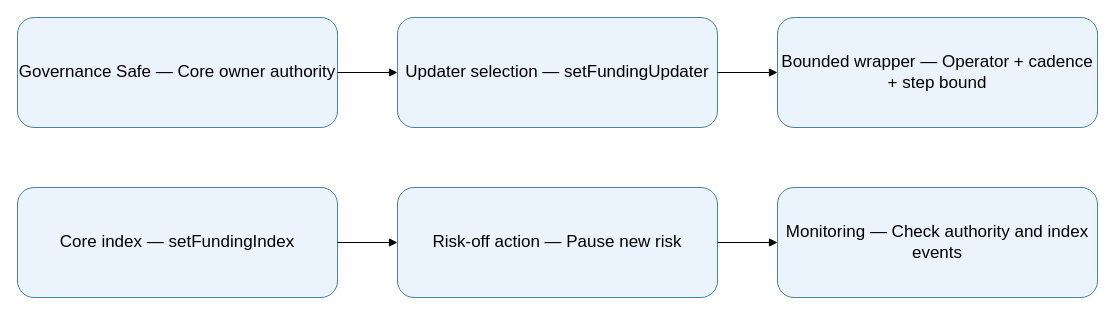
This is docs/assets/diagrams/source/governance-funding-flow.drawio from en0ma/order-book, a draw.io file, before an edit. Source tidied: cells renumbered, new cells numbered last; positions are measured from the earlier drawing's top-left corner, leaving out a move shared by most shapes. Both pictures are drawn from the tidied source at 100%, with x=0, y=0 at pixel (17, 17).
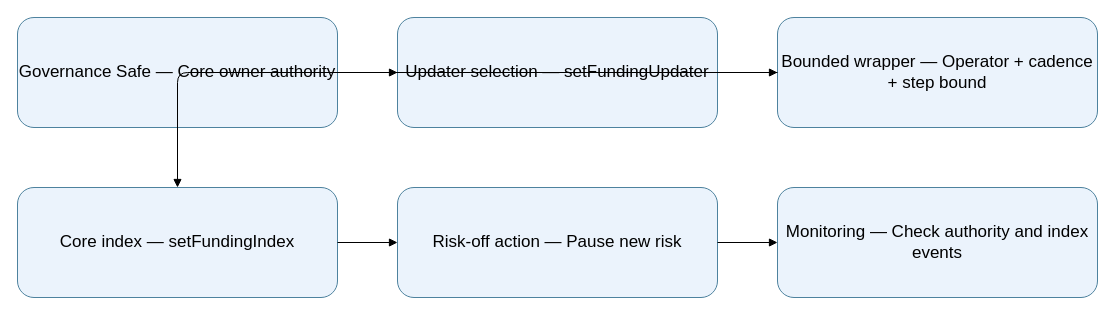
The same page after the edit.

Commit message:
docs: connect full workflow in editable diagram and SVG

The edit, as a diff of the source:
```diff
@@
 <mxGraphModel>
   <root>
     <mxCell id="0" />
     <mxCell id="1" parent="0" />
     <mxCell id="2" value="Governance Safe — Core owner authority" style="rounded=1;whiteSpace=wrap;html=1;fillColor=#EBF3FC;strokeColor=#4D829E;fontSize=17;" parent="1" vertex="1">
       <mxGeometry width="320" height="110" as="geometry" />
     </mxCell>
     <mxCell id="3" value="Updater selection — setFundingUpdater" style="rounded=1;whiteSpace=wrap;html=1;fillColor=#EBF3FC;strokeColor=#4D829E;fontSize=17;" parent="1" vertex="1">
       <mxGeometry x="380" width="320" height="110" as="geometry" />
     </mxCell>
     <mxCell id="4" value="Bounded wrapper — Operator + cadence + step bound" style="rounded=1;whiteSpace=wrap;html=1;fillColor=#EBF3FC;strokeColor=#4D829E;fontSize=17;" parent="1" vertex="1">
       <mxGeometry x="760" width="320" height="110" as="geometry" />
     </mxCell>
     <mxCell id="5" value="Core index — setFundingIndex" style="rounded=1;whiteSpace=wrap;html=1;fillColor=#EBF3FC;strokeColor=#4D829E;fontSize=17;" parent="1" vertex="1">
       <mxGeometry y="170" width="320" height="110" as="geometry" />
     </mxCell>
     <mxCell id="6" value="Risk-off action — Pause new risk" style="rounded=1;whiteSpace=wrap;html=1;fillColor=#EBF3FC;strokeColor=#4D829E;fontSize=17;" parent="1" vertex="1">
       <mxGeometry x="380" y="170" width="320" height="110" as="geometry" />
     </mxCell>
     <mxCell id="7" value="Monitoring — Check authority and index events" style="rounded=1;whiteSpace=wrap;html=1;fillColor=#EBF3FC;strokeColor=#4D829E;fontSize=17;" parent="1" vertex="1">
       <mxGeometry x="760" y="170" width="320" height="110" as="geometry" />
     </mxCell>
     <mxCell id="8" style="endArrow=block;html=1;" parent="1" edge="1" source="2" target="3">
       <mxGeometry relative="1" as="geometry" />
     </mxCell>
     <mxCell id="9" style="endArrow=block;html=1;" parent="1" edge="1" source="3" target="4">
       <mxGeometry relative="1" as="geometry" />
     </mxCell>
     <mxCell id="10" style="endArrow=block;html=1;" parent="1" edge="1" source="5" target="6">
       <mxGeometry relative="1" as="geometry" />
     </mxCell>
     <mxCell id="11" style="endArrow=block;html=1;" parent="1" edge="1" source="6" target="7">
       <mxGeometry relative="1" as="geometry" />
     </mxCell>
+    <mxCell id="12" style="endArrow=block;html=1;edgeStyle=orthogonalEdgeStyle;" parent="1" edge="1" source="4" target="5">
+      <mxGeometry relative="1" as="geometry" />
+    </mxCell>
   </root>
 </mxGraphModel>
```
